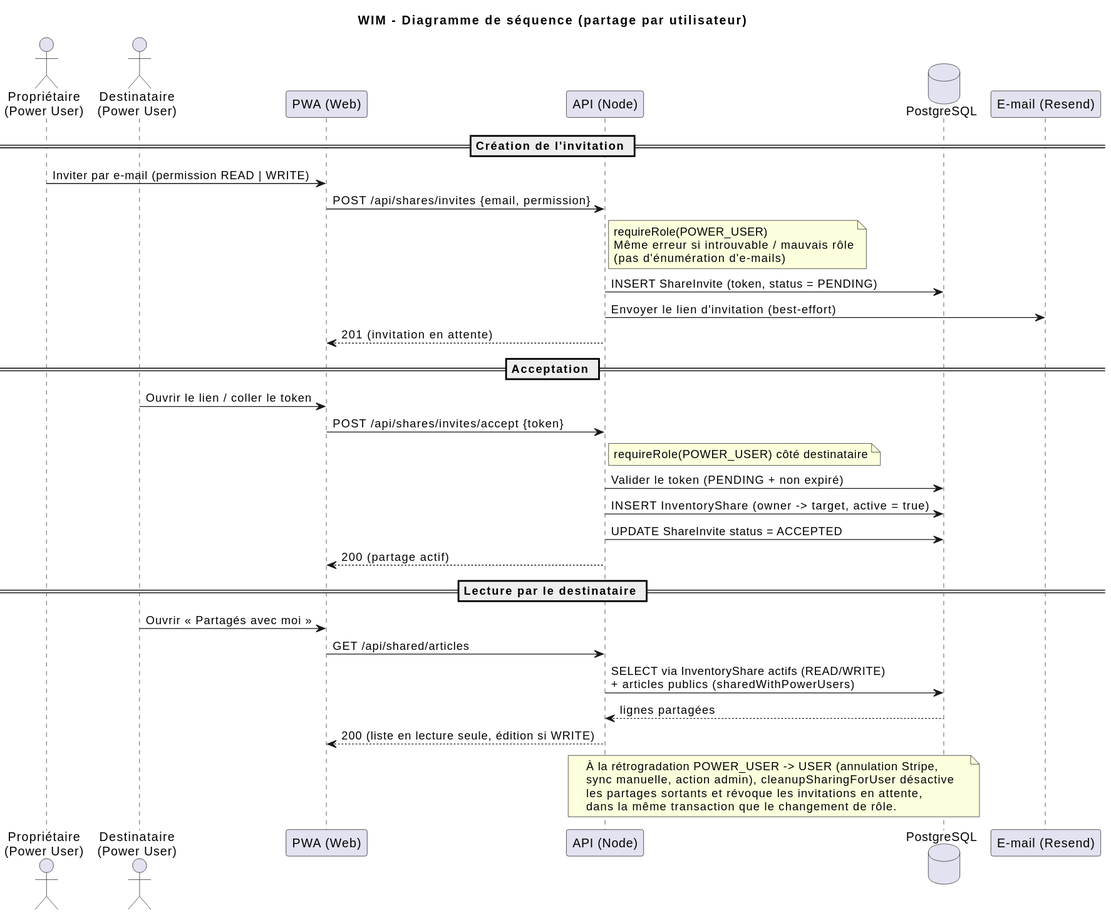
This is docs/uml/06-sequence-partage.svg from SGCSBorges/WIM, a PlantUML export, as it was before one commit. Its source is kept beside it as docs/uml/06-sequence-partage.puml. The source it was exported from:
```plantuml
@startuml
title WIM – Diagramme de séquence (partage par utilisateur)

actor "Propriétaire\n(Power User)" as Owner
actor "Destinataire\n(Power User)" as Target
participant "PWA (Web)" as Web
participant "API (Node)" as API
database "PostgreSQL" as DB
participant "E-mail (Resend)" as Mail

== Création de l'invitation ==
Owner -> Web : Inviter par e-mail (permission READ | WRITE)
Web -> API : POST /api/shares/invites {email, permission}
note right of API : requireRole(POWER_USER)\nMême erreur si introuvable / mauvais rôle\n(pas d'énumération d'e-mails)
API -> DB : INSERT ShareInvite (token, status = PENDING)
API -> Mail : Envoyer le lien d'invitation (best-effort)
API --> Web : 201 (invitation en attente)

== Acceptation ==
Target -> Web : Ouvrir le lien / coller le token
Web -> API : POST /api/shares/invites/accept {token}
note right of API : requireRole(POWER_USER) côté destinataire
API -> DB : Valider le token (PENDING + non expiré)
API -> DB : INSERT InventoryShare (owner -> target, active = true)
API -> DB : UPDATE ShareInvite status = ACCEPTED
API --> Web : 200 (partage actif)

== Lecture par le destinataire ==
Target -> Web : Ouvrir « Partagés avec moi »
Web -> API : GET /api/shared/articles
API -> DB : SELECT via InventoryShare actifs (READ/WRITE)\n+ articles publics (sharedWithPowerUsers)
DB --> API : lignes partagées
API --> Web : 200 (liste en lecture seule, édition si WRITE)

note over API, DB
À la rétrogradation POWER_USER -> USER (annulation Stripe,
sync manuelle, action admin), cleanupSharingForUser désactive
les partages sortants et révoque les invitations en attente,
dans la même transaction que le changement de rôle.
end note
@enduml
```
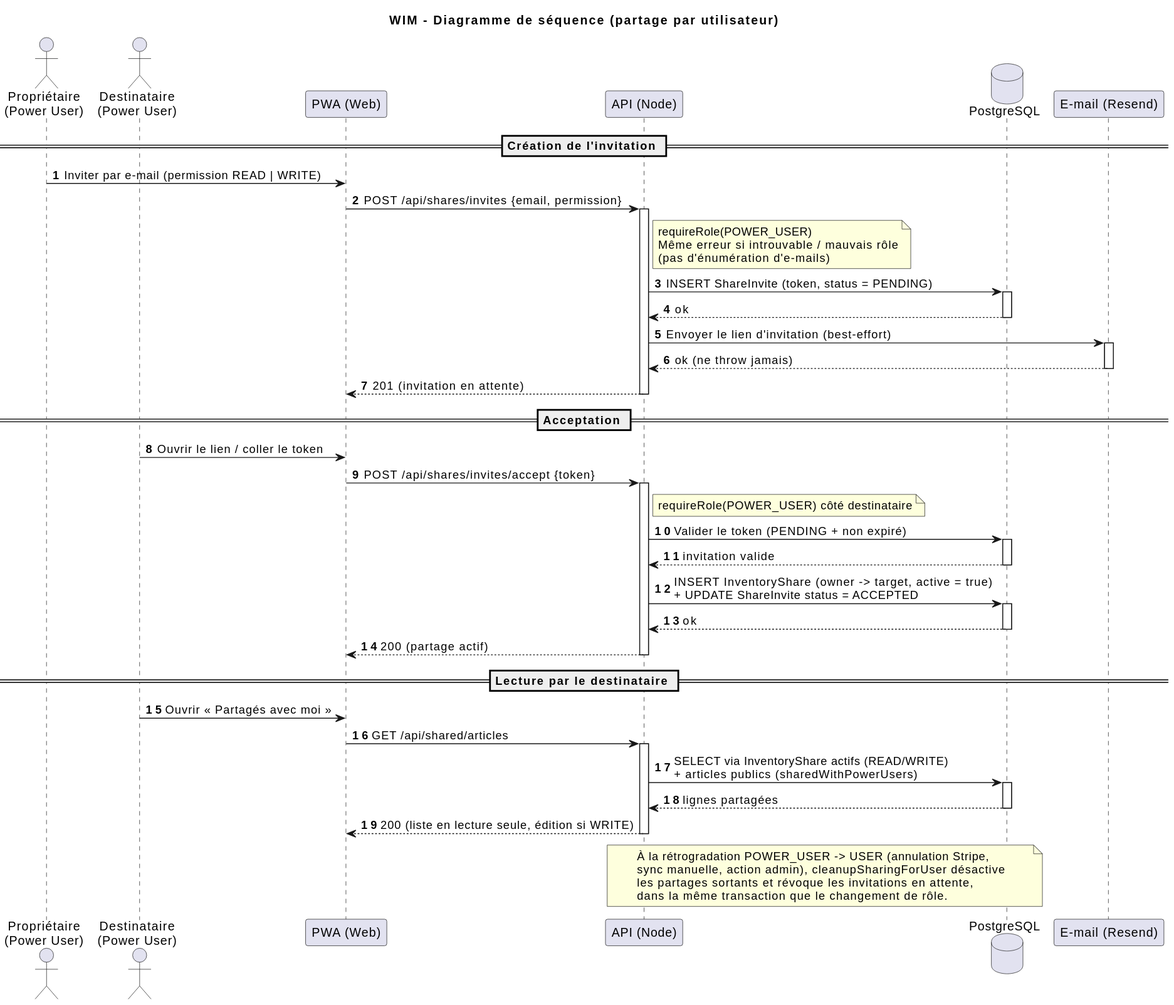
Above is the later version.

Change to the diagram source:
```diff
@@ -1,6 +1,7 @@
 @startuml
 title WIM – Diagramme de séquence (partage par utilisateur)
 
+autonumber
 actor "Propriétaire\n(Power User)" as Owner
 actor "Destinataire\n(Power User)" as Target
 participant "PWA (Web)" as Web
@@ -11,26 +12,45 @@
 == Création de l'invitation ==
 Owner -> Web : Inviter par e-mail (permission READ | WRITE)
 Web -> API : POST /api/shares/invites {email, permission}
+activate API
 note right of API : requireRole(POWER_USER)\nMême erreur si introuvable / mauvais rôle\n(pas d'énumération d'e-mails)
 API -> DB : INSERT ShareInvite (token, status = PENDING)
+activate DB
+DB --> API : ok
+deactivate DB
 API -> Mail : Envoyer le lien d'invitation (best-effort)
+activate Mail
+Mail --> API : ok (ne throw jamais)
+deactivate Mail
 API --> Web : 201 (invitation en attente)
+deactivate API
 
 == Acceptation ==
 Target -> Web : Ouvrir le lien / coller le token
 Web -> API : POST /api/shares/invites/accept {token}
+activate API
 note right of API : requireRole(POWER_USER) côté destinataire
 API -> DB : Valider le token (PENDING + non expiré)
-API -> DB : INSERT InventoryShare (owner -> target, active = true)
-API -> DB : UPDATE ShareInvite status = ACCEPTED
+activate DB
+DB --> API : invitation valide
+deactivate DB
+API -> DB : INSERT InventoryShare (owner -> target, active = true)\n+ UPDATE ShareInvite status = ACCEPTED
+activate DB
+DB --> API : ok
+deactivate DB
 API --> Web : 200 (partage actif)
+deactivate API
 
 == Lecture par le destinataire ==
 Target -> Web : Ouvrir « Partagés avec moi »
 Web -> API : GET /api/shared/articles
+activate API
 API -> DB : SELECT via InventoryShare actifs (READ/WRITE)\n+ articles publics (sharedWithPowerUsers)
+activate DB
 DB --> API : lignes partagées
+deactivate DB
 API --> Web : 200 (liste en lecture seule, édition si WRITE)
+deactivate API
 
 note over API, DB
 À la rétrogradation POWER_USER -> USER (annulation Stripe,
```
